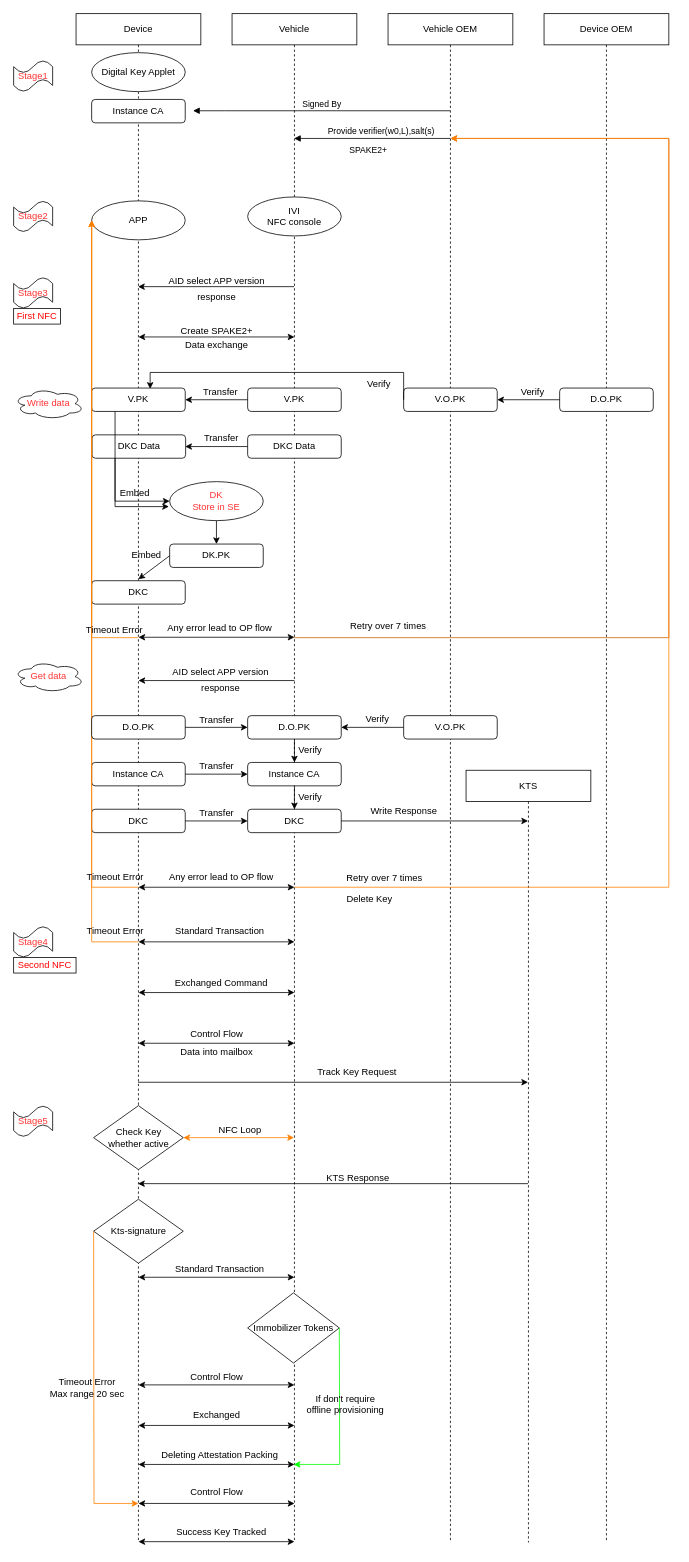
LaurenHsu31/DKC keeps this draw.io diagram as DKC_OwnerParing.drawio. Above is the earlier version. Source tidied: cells renumbered, new cells numbered last; positions are measured from the earlier drawing's top-left corner, leaving out a move shared by most shapes. Both pictures are drawn from the tidied source at 78%, with x=0, y=0 at pixel (13, 13).
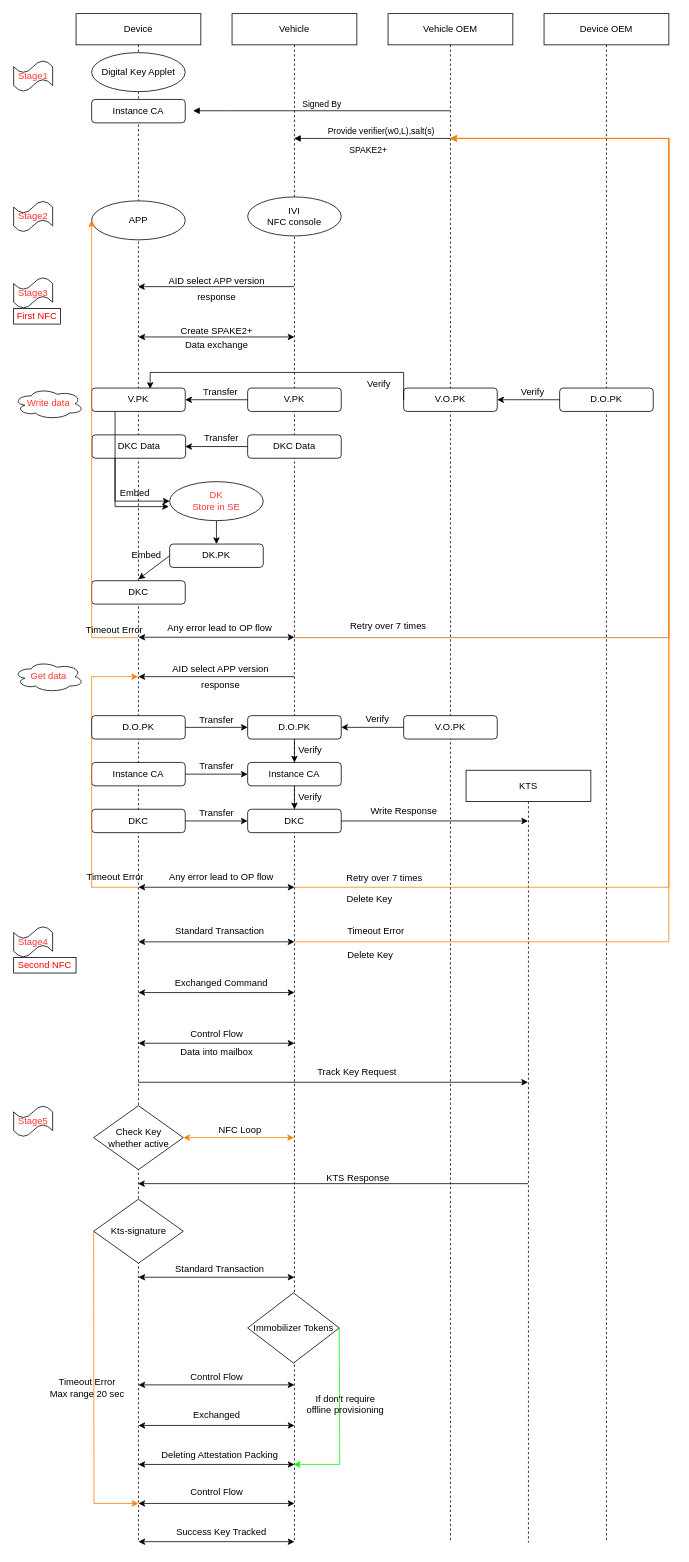
The same diagram, later.

Unchanged cells that the change refers to:
```xml
<mxCell id="2" value="Device" style="shape=umlLifeline;perimeter=lifelinePerimeter;whiteSpace=wrap;html=1;outlineConnect=0;portConstraint=eastwest;newEdgeStyle={&quot;edgeStyle&quot;:&quot;elbowEdgeStyle&quot;,&quot;elbow&quot;:&quot;vertical&quot;,&quot;curved&quot;:0,&quot;rounded&quot;:0};" parent="1" vertex="1">
  <mxGeometry x="80" width="160" height="1960" as="geometry" />
</mxCell>
<mxCell id="3" value="Vehicle" style="shape=umlLifeline;perimeter=lifelinePerimeter;whiteSpace=wrap;html=1;outlineConnect=0;portConstraint=eastwest;newEdgeStyle={&quot;edgeStyle&quot;:&quot;elbowEdgeStyle&quot;,&quot;elbow&quot;:&quot;vertical&quot;,&quot;curved&quot;:0,&quot;rounded&quot;:0};" parent="1" vertex="1">
  <mxGeometry x="280" width="160" height="1960" as="geometry" />
</mxCell>
<mxCell id="5" value="Vehicle OEM" style="shape=umlLifeline;perimeter=lifelinePerimeter;whiteSpace=wrap;html=1;outlineConnect=0;portConstraint=eastwest;newEdgeStyle={&quot;edgeStyle&quot;:&quot;elbowEdgeStyle&quot;,&quot;elbow&quot;:&quot;vertical&quot;,&quot;curved&quot;:0,&quot;rounded&quot;:0};" parent="1" vertex="1">
  <mxGeometry x="480" width="160" height="1960" as="geometry" />
</mxCell>
<mxCell id="17" value="APP" style="ellipse;whiteSpace=wrap;html=1;" parent="1" vertex="1">
  <mxGeometry x="100" y="240" width="120" height="50" as="geometry" />
</mxCell>
```

Change to the diagram source:
```diff
@@
     <mxCell id="51" value="AID select APP version" style="text;html=1;align=center;verticalAlign=middle;strokeColor=none;fillColor=none;" parent="1" vertex="1">
-      <mxGeometry x="190" y="830" width="150" height="30" as="geometry" />
+      <mxGeometry x="190" y="826" width="150" height="30" as="geometry" />
     </mxCell>
     <mxCell id="52" value="response" style="text;html=1;align=center;verticalAlign=middle;strokeColor=none;fillColor=none;" parent="1" vertex="1">
-      <mxGeometry x="230" y="850" width="70" height="30" as="geometry" />
+      <mxGeometry x="230" y="846" width="70" height="30" as="geometry" />
     </mxCell>
     <mxCell id="53" style="endArrow=classic;html=1;rounded=0;" parent="1" edge="1">
       <mxGeometry relative="1" as="geometry">
-        <mxPoint x="360" y="855" as="sourcePoint" />
-        <mxPoint x="160" y="855" as="targetPoint" />
+        <mxPoint x="360" y="850" as="sourcePoint" />
+        <mxPoint x="160" y="850" as="targetPoint" />
       </mxGeometry>
     </mxCell>
@@
-    <mxCell id="103" style="endArrow=classic;html=1;rounded=0;entryX=0;entryY=0.5;entryDx=0;entryDy=0;strokeColor=#FF8000;" parent="1" edge="1" target="17">
+    <mxCell id="103" style="endArrow=classic;html=1;rounded=0;strokeColor=#FF8000;" parent="1" edge="1" source="3" target="5">
       <mxGeometry relative="1" as="geometry">
-        <mxPoint x="160" y="1190" as="sourcePoint" />
         <Array as="points">
-          <mxPoint x="100" y="1190" />
+          <mxPoint x="840" y="1190" />
+          <mxPoint x="840" y="160" />
         </Array>
       </mxGeometry>
     </mxCell>
-    <mxCell id="104" style="endArrow=classic;html=1;rounded=0;entryX=0;entryY=0.5;entryDx=0;entryDy=0;strokeColor=#FF8000;" parent="1" edge="1" target="17">
+    <mxCell id="104" style="endArrow=classic;html=1;rounded=0;strokeColor=#FF8000;" parent="1" edge="1" target="2">
       <mxGeometry relative="1" as="geometry">
         <mxPoint x="160" y="1120" as="sourcePoint" />
         <Array as="points">
           <mxPoint x="100" y="1120" />
+          <mxPoint x="100" y="850" />
         </Array>
       </mxGeometry>
     </mxCell>
@@
     <mxCell id="107" value="Timeout Error" style="text;html=1;align=center;verticalAlign=middle;strokeColor=none;fillColor=none;" parent="1" vertex="1">
-      <mxGeometry x="80" y="1162" width="100" height="30" as="geometry" />
+      <mxGeometry x="414" y="1162" width="100" height="30" as="geometry" />
     </mxCell>
@@
+    <mxCell id="123" value="Delete Key" style="text;html=1;align=center;verticalAlign=middle;strokeColor=none;fillColor=none;" parent="1" vertex="1">
+      <mxGeometry x="417" y="1192" width="80" height="30" as="geometry" />
+    </mxCell>
```
